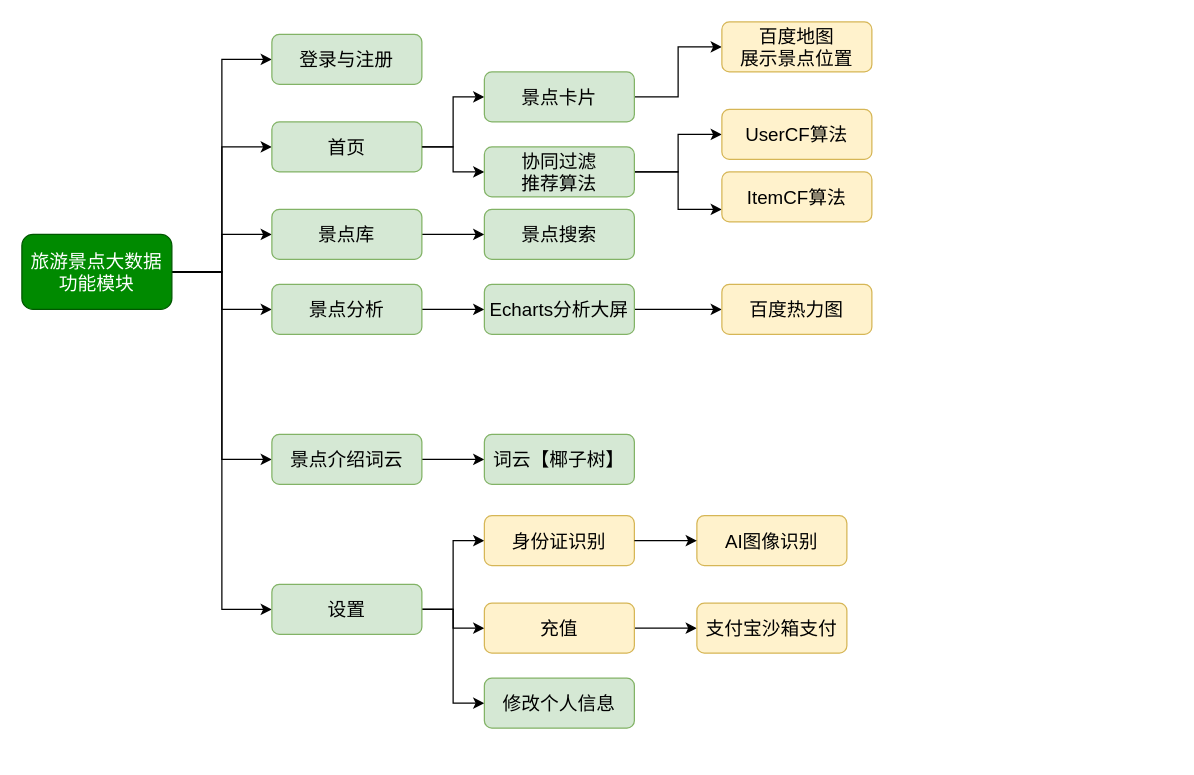
redcomet88/DRAW keeps this draw.io diagram as flask-旅游大数据.drawio. Above is the earlier version. Source tidied: cells renumbered, new cells numbered last; positions are measured from the earlier drawing's top-left corner, leaving out a move shared by most shapes. Both pictures are drawn from the tidied source at 125%, with x=0, y=0 at pixel (21, 21).
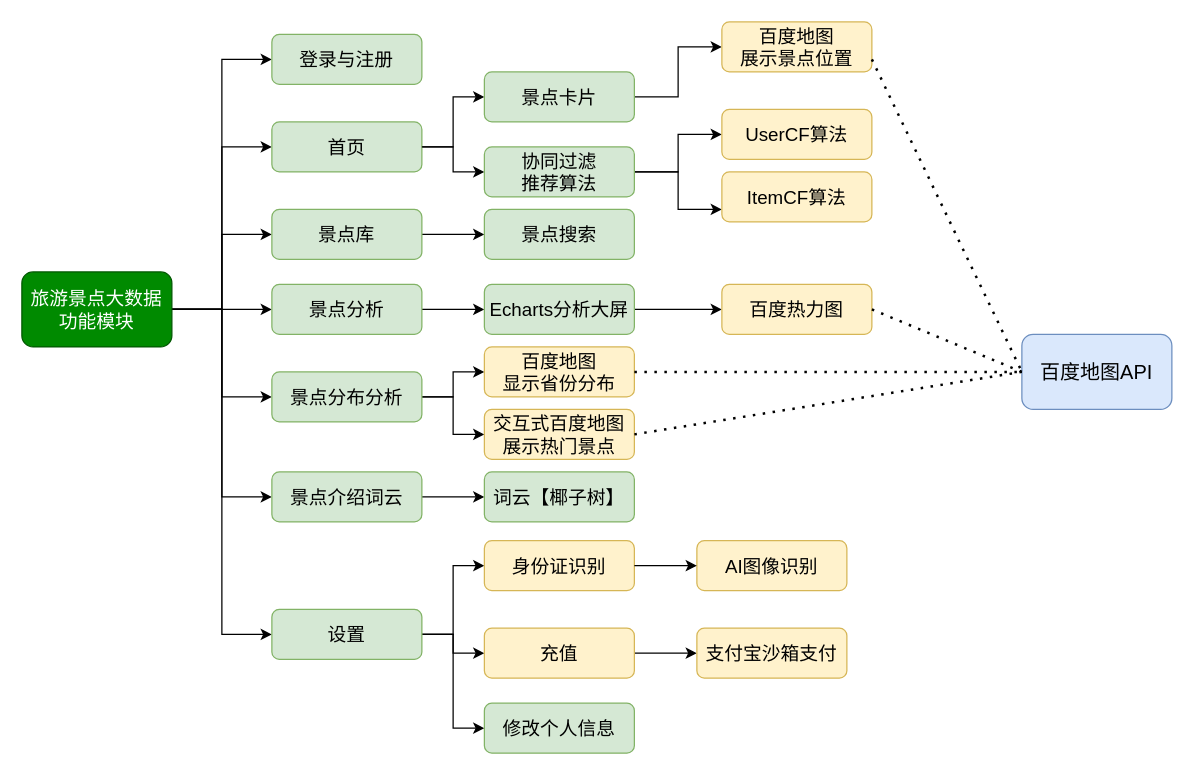
After the change.

Commit message:
Update flask-旅游大数据.drawio

The change refers to these unchanged cells:
```xml
<mxCell id="40" value="百度热力图" style="rounded=1;whiteSpace=wrap;html=1;fontSize=15;fillColor=#fff2cc;strokeColor=#d6b656;" parent="1" vertex="1">
  <mxGeometry x="560" y="210" width="120" height="40" as="geometry" />
</mxCell>
<mxCell id="41" value="百度地图&lt;br&gt;展示景点位置" style="rounded=1;whiteSpace=wrap;html=1;fontSize=15;fillColor=#fff2cc;strokeColor=#d6b656;" parent="1" vertex="1">
  <mxGeometry x="560" width="120" height="40" as="geometry" />
</mxCell>
```

What changed in the source:
```diff
@@
+    <mxCell id="43" style="edgeStyle=orthogonalEdgeStyle;rounded=0;jettySize=auto;html=1;exitX=1;exitY=0.5;exitDx=0;exitDy=0;entryX=0;entryY=0.5;entryDx=0;entryDy=0;" parent="1" edge="1" source="11" target="46">
+      <mxGeometry relative="1" as="geometry" />
+    </mxCell>
     <mxCell id="11" value="旅游景点大数据&lt;br&gt;功能模块" style="rounded=1;whiteSpace=wrap;html=1;fontSize=15;fillColor=#008a00;strokeColor=#005700;fontColor=#ffffff;" parent="1" vertex="1">
-      <mxGeometry y="170" width="120" height="60" as="geometry" />
+      <mxGeometry y="200" width="120" height="60" as="geometry" />
     </mxCell>
@@
     <mxCell id="20" value="景点介绍词云" style="rounded=1;whiteSpace=wrap;html=1;fontSize=15;fillColor=#d5e8d4;strokeColor=#82b366;" parent="1" vertex="1">
-      <mxGeometry x="200" y="330" width="120" height="40" as="geometry" />
+      <mxGeometry x="200" y="360" width="120" height="40" as="geometry" />
     </mxCell>
     <mxCell id="21" value="身份证识别" style="rounded=1;whiteSpace=wrap;html=1;fontSize=15;fillColor=#fff2cc;strokeColor=#d6b656;" parent="1" vertex="1">
-      <mxGeometry x="370" y="395" width="120" height="40" as="geometry" />
+      <mxGeometry x="370" y="415" width="120" height="40" as="geometry" />
     </mxCell>
     <mxCell id="22" value="词云【椰子树】" style="rounded=1;whiteSpace=wrap;html=1;fontSize=15;fillColor=#d5e8d4;strokeColor=#82b366;" parent="1" vertex="1">
-      <mxGeometry x="370" y="330" width="120" height="40" as="geometry" />
+      <mxGeometry x="370" y="360" width="120" height="40" as="geometry" />
     </mxCell>
@@
     <mxCell id="31" value="AI图像识别" style="rounded=1;whiteSpace=wrap;html=1;fontSize=15;fillColor=#fff2cc;strokeColor=#d6b656;" parent="1" vertex="1">
-      <mxGeometry x="540" y="395" width="120" height="40" as="geometry" />
+      <mxGeometry x="540" y="415" width="120" height="40" as="geometry" />
     </mxCell>
     <mxCell id="32" style="edgeStyle=orthogonalEdgeStyle;rounded=0;jettySize=auto;html=1;exitX=1;exitY=0.5;exitDx=0;exitDy=0;" parent="1" edge="1" source="21">
       <mxGeometry relative="1" as="geometry">
-        <mxPoint x="540" y="415" as="targetPoint" />
+        <mxPoint x="540" y="435" as="targetPoint" />
       </mxGeometry>
     </mxCell>
     <mxCell id="33" value="修改个人信息" style="rounded=1;whiteSpace=wrap;html=1;fontSize=15;fillColor=#d5e8d4;strokeColor=#82b366;" parent="1" vertex="1">
-      <mxGeometry x="370" y="525" width="120" height="40" as="geometry" />
+      <mxGeometry x="370" y="545" width="120" height="40" as="geometry" />
     </mxCell>
@@
     <mxCell id="37" value="充值" style="rounded=1;whiteSpace=wrap;html=1;fontSize=15;fillColor=#fff2cc;strokeColor=#d6b656;" parent="1" vertex="1">
-      <mxGeometry x="370" y="465" width="120" height="40" as="geometry" />
+      <mxGeometry x="370" y="485" width="120" height="40" as="geometry" />
     </mxCell>
     <mxCell id="38" value="支付宝沙箱支付" style="rounded=1;whiteSpace=wrap;html=1;fontSize=15;fillColor=#fff2cc;strokeColor=#d6b656;" parent="1" vertex="1">
-      <mxGeometry x="540" y="465" width="120" height="40" as="geometry" />
+      <mxGeometry x="540" y="485" width="120" height="40" as="geometry" />
     </mxCell>
@@
     <mxCell id="42" value="设置" style="rounded=1;whiteSpace=wrap;html=1;fontSize=15;fillColor=#d5e8d4;strokeColor=#82b366;" parent="1" vertex="1">
-      <mxGeometry x="200" y="450" width="120" height="40" as="geometry" />
+      <mxGeometry x="200" y="470" width="120" height="40" as="geometry" />
     </mxCell>
+    <mxCell id="44" style="edgeStyle=orthogonalEdgeStyle;rounded=0;jettySize=auto;html=1;exitX=1;exitY=0.5;exitDx=0;exitDy=0;entryX=0;entryY=0.5;entryDx=0;entryDy=0;" parent="1" edge="1" source="46" target="47">
+      <mxGeometry relative="1" as="geometry" />
+    </mxCell>
+    <mxCell id="45" style="edgeStyle=orthogonalEdgeStyle;rounded=0;jettySize=auto;html=1;exitX=1;exitY=0.5;exitDx=0;exitDy=0;entryX=0;entryY=0.5;entryDx=0;entryDy=0;" parent="1" edge="1" source="46" target="48">
+      <mxGeometry relative="1" as="geometry" />
+    </mxCell>
+    <mxCell id="46" value="景点分布分析" style="rounded=1;whiteSpace=wrap;html=1;fontSize=15;fillColor=#d5e8d4;strokeColor=#82b366;" parent="1" vertex="1">
+      <mxGeometry x="200" y="280" width="120" height="40" as="geometry" />
+    </mxCell>
+    <mxCell id="47" value="百度地图&lt;br&gt;显示省份分布" style="rounded=1;whiteSpace=wrap;html=1;fontSize=15;fillColor=#fff2cc;strokeColor=#d6b656;" parent="1" vertex="1">
+      <mxGeometry x="370" y="260" width="120" height="40" as="geometry" />
+    </mxCell>
+    <mxCell id="48" value="交互式百度地图&lt;br&gt;展示热门景点" style="rounded=1;whiteSpace=wrap;html=1;fontSize=15;fillColor=#fff2cc;strokeColor=#d6b656;" parent="1" vertex="1">
+      <mxGeometry x="370" y="310" width="120" height="40" as="geometry" />
+    </mxCell>
+    <mxCell id="49" value="百度地图API" style="rounded=1;whiteSpace=wrap;html=1;fillColor=#dae8fc;strokeColor=#6c8ebf;fontSize=16;" parent="1" vertex="1">
+      <mxGeometry x="800" y="250" width="120" height="60" as="geometry" />
+    </mxCell>
+    <mxCell id="50" style="endArrow=none;dashed=1;html=1;dashPattern=1 3;strokeWidth=2;rounded=0;fontSize=16;entryX=1;entryY=0.5;entryDx=0;entryDy=0;exitX=0;exitY=0.5;exitDx=0;exitDy=0;" parent="1" edge="1" source="49" target="40">
+      <mxGeometry relative="1" as="geometry" />
+    </mxCell>
+    <mxCell id="51" style="endArrow=none;dashed=1;html=1;dashPattern=1 3;strokeWidth=2;rounded=0;fontSize=16;exitX=1;exitY=0.5;exitDx=0;exitDy=0;" parent="1" edge="1" source="47" target="49">
+      <mxGeometry relative="1" as="geometry" />
+    </mxCell>
+    <mxCell id="52" style="endArrow=none;dashed=1;html=1;dashPattern=1 3;strokeWidth=2;rounded=0;fontSize=16;exitX=1;exitY=0.5;exitDx=0;exitDy=0;" parent="1" edge="1" source="48">
+      <mxGeometry relative="1" as="geometry">
+        <mxPoint x="800" y="280" as="targetPoint" />
+      </mxGeometry>
+    </mxCell>
+    <mxCell id="53" style="endArrow=none;dashed=1;html=1;dashPattern=1 3;strokeWidth=2;rounded=0;fontSize=16;entryX=0;entryY=0.5;entryDx=0;entryDy=0;exitX=1;exitY=0.75;exitDx=0;exitDy=0;" parent="1" edge="1" source="41" target="49">
+      <mxGeometry relative="1" as="geometry" />
+    </mxCell>
```
